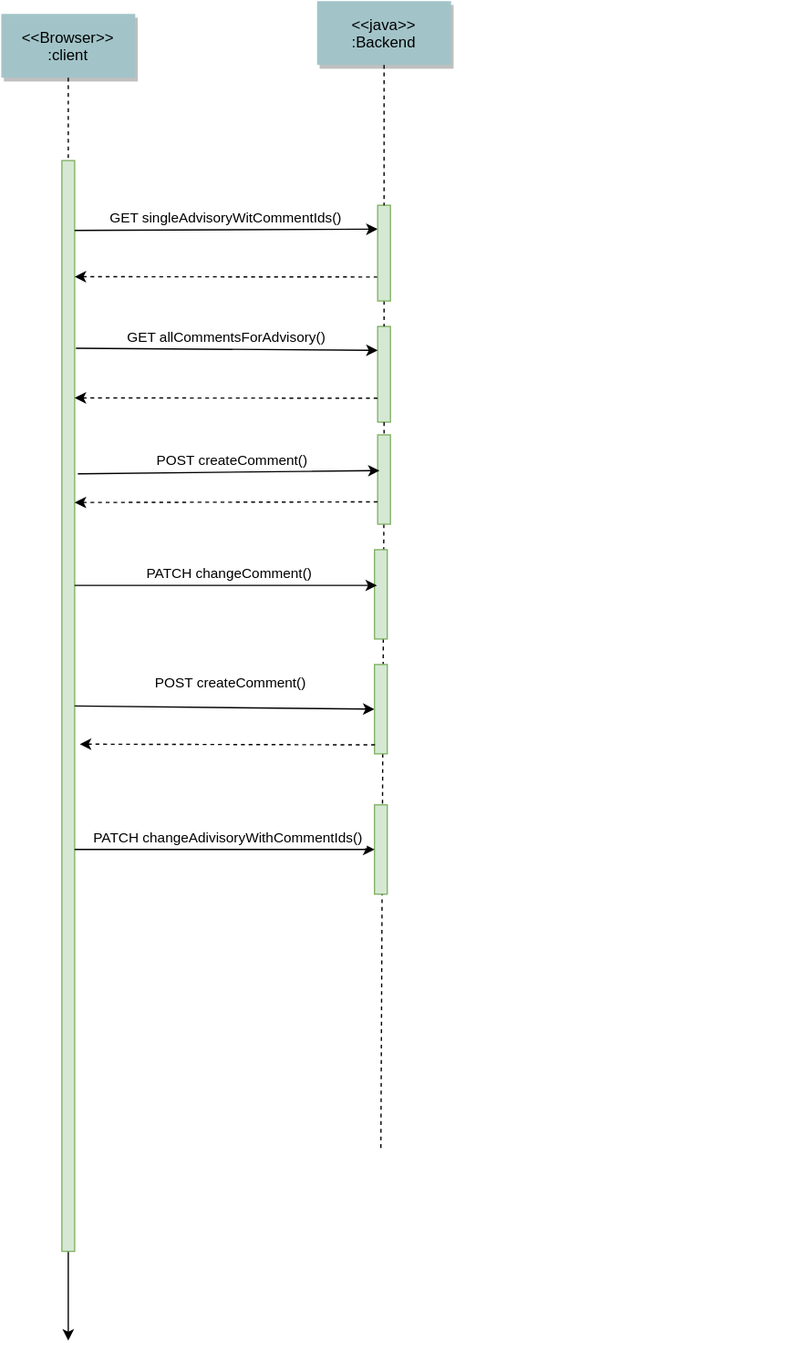
The draw.io diagram documents/WorkflowComments.drawio.svg in secvisogram/csaf-cms-backend, before a commit. Source tidied: cells renumbered, new cells last; positions are measured from the earlier drawing's top-left corner, leaving out a move shared by most shapes.
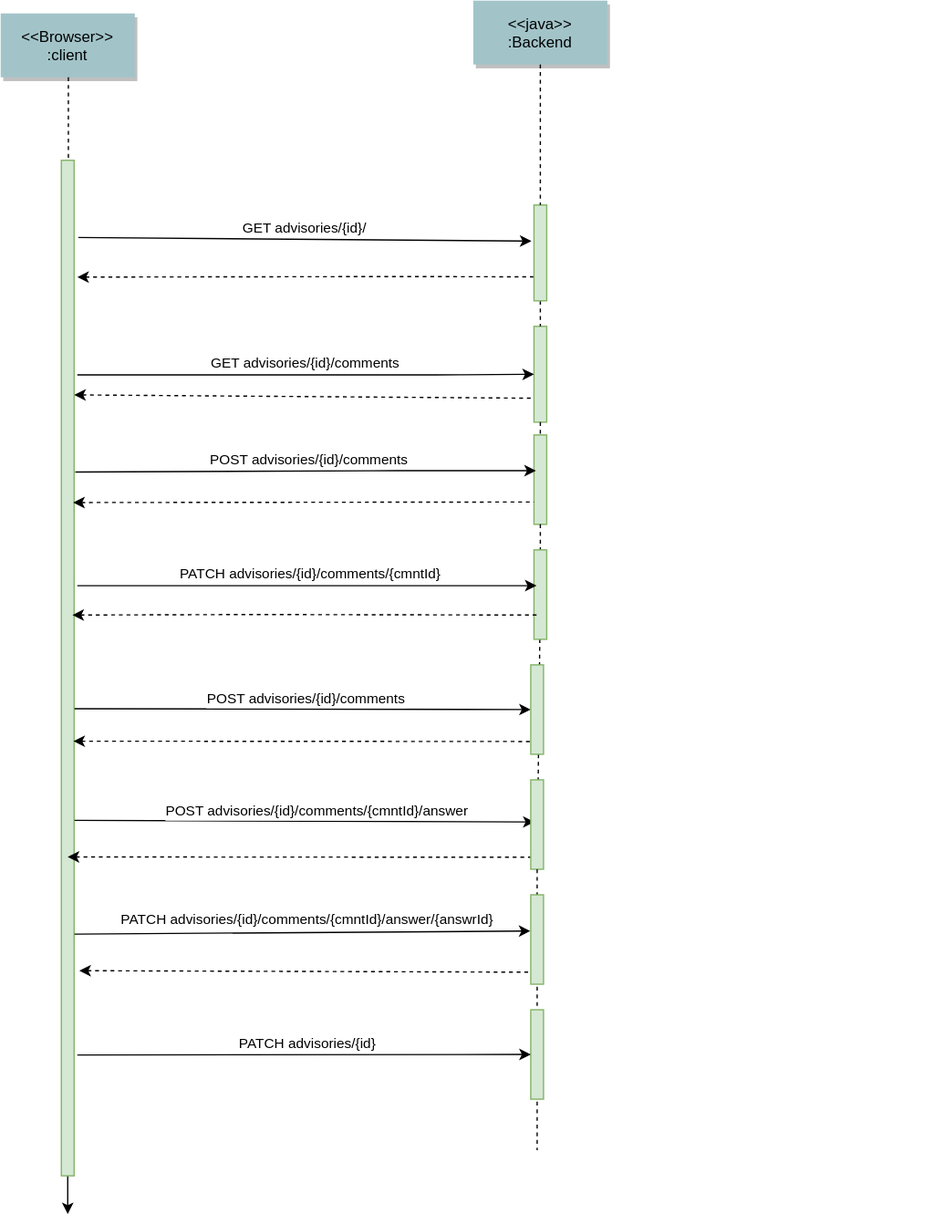
After the commit.

Commit message:
doc(architecture):  enter review remarks from Jens Cordt

Diff of the diagram source:
```diff
@@ -4,14 +4,14 @@
     <mxCell id="1" parent="0" />
     <mxCell id="2" style="edgeStyle=orthogonalEdgeStyle;rounded=0;jettySize=auto;html=1;" parent="1" edge="1" source="3">
       <mxGeometry relative="1" as="geometry">
-        <mxPoint x="53" y="1050" as="targetPoint" />
+        <mxPoint x="-69.5" y="950" as="targetPoint" />
       </mxGeometry>
     </mxCell>
     <mxCell id="3" style="fillColor=#d5e8d4;strokeColor=#82b366;" parent="1" vertex="1">
-      <mxGeometry x="48" y="125" width="10" height="855" as="geometry" />
+      <mxGeometry x="-74.5" y="125" width="10" height="795" as="geometry" />
     </mxCell>
     <mxCell id="4" value="&lt;&lt;Browser&gt;&gt;&#10;:client" style="shadow=1;fillColor=#A2C4C9;strokeColor=none;" parent="1" vertex="1">
-      <mxGeometry x="0.5" y="10" width="105" height="50" as="geometry" />
+      <mxGeometry x="-122" y="10" width="105" height="50" as="geometry" />
     </mxCell>
     <mxCell id="5" style="fillColor=#d5e8d4;strokeColor=#82b366;" parent="1" vertex="1">
       <mxGeometry x="295.5" y="255" width="10" height="75" as="geometry" />
@@ -22,19 +22,23 @@
     <mxCell id="7" style="edgeStyle=none;endArrow=none;dashed=1;startArrow=none;" parent="1" edge="1" source="25" target="5">
       <mxGeometry x="337.3" y="165" as="geometry" />
     </mxCell>
-    <mxCell id="8" value="GET allCommentsForAdvisory()" style="edgeStyle=none;verticalLabelPosition=top;verticalAlign=bottom;entryX=0;entryY=0.25;entryDx=0;entryDy=0;exitX=1.1;exitY=0.172;exitDx=0;exitDy=0;exitPerimeter=0;" parent="1" edge="1" source="3" target="5">
-      <mxGeometry x="220" y="92" as="geometry" />
+    <mxCell id="8" value="GET advisories/{id}/comments" style="edgeStyle=none;verticalLabelPosition=top;verticalAlign=bottom;entryX=0;entryY=0.5;entryDx=0;entryDy=0;" parent="1" edge="1" target="5">
+      <mxGeometry x="220" y="92" as="geometry">
+        <mxPoint x="-62" y="293" as="sourcePoint" />
+        <Array as="points">
+          <mxPoint x="228" y="293" />
+        </Array>
+      </mxGeometry>
     </mxCell>
-    <mxCell id="9" style="edgeStyle=none;verticalLabelPosition=top;verticalAlign=bottom;endArrow=none;startArrow=classic;dashed=1;entryX=0;entryY=0.75;entryDx=0;entryDy=0;" parent="1" edge="1" target="5">
-      <mxGeometry x="220" y="147.5" as="geometry">
-        <mxPoint x="58" y="311" as="sourcePoint" />
-      </mxGeometry>
+    <mxCell id="9" style="edgeStyle=none;verticalLabelPosition=top;verticalAlign=bottom;endArrow=none;startArrow=classic;dashed=1;entryX=0;entryY=0.75;entryDx=0;entryDy=0;exitX=1.01;exitY=0.231;exitDx=0;exitDy=0;exitPerimeter=0;" parent="1" edge="1" source="3" target="5">
+      <mxGeometry x="220" y="147.5" as="geometry" />
     </mxCell>
     <mxCell id="10" style="edgeStyle=elbowEdgeStyle;elbow=horizontal;endArrow=none;dashed=1;" parent="1" edge="1" source="4" target="3">
-      <mxGeometry x="230" y="310" as="geometry" />
+      <mxGeometry x="107.5" y="310" as="geometry" />
     </mxCell>
-    <mxCell id="11" style="edgeStyle=none;endArrow=none;dashed=1;startArrow=none;entryX=0.5;entryY=1;entryDx=0;entryDy=0;" parent="1" edge="1" source="12">
+    <mxCell id="11" style="edgeStyle=none;endArrow=none;dashed=1;startArrow=none;entryX=0.5;entryY=1;entryDx=0;entryDy=0;" parent="1" edge="1">
       <mxGeometry x="441.6" y="339.7" as="geometry">
+        <mxPoint x="298" y="760" as="sourcePoint" />
         <mxPoint x="298" y="900" as="targetPoint" />
       </mxGeometry>
     </mxCell>
@@ -44,50 +48,38 @@
     <mxCell id="13" style="edgeStyle=none;endArrow=none;dashed=1;" parent="1" edge="1" source="5" target="12">
       <mxGeometry x="441.6" y="339.7" as="geometry" />
     </mxCell>
-    <mxCell id="14" value="POST createComment()" style="edgeStyle=none;verticalLabelPosition=top;verticalAlign=bottom;entryX=0.15;entryY=0.4;entryDx=0;entryDy=0;entryPerimeter=0;" parent="1" edge="1" target="12">
+    <mxCell id="14" value="POST advisories/{id}/comments" style="edgeStyle=none;verticalLabelPosition=top;verticalAlign=bottom;entryX=0.15;entryY=0.4;entryDx=0;entryDy=0;entryPerimeter=0;exitX=1.09;exitY=0.307;exitDx=0;exitDy=0;exitPerimeter=0;" parent="1" edge="1" source="3" target="12">
       <mxGeometry as="geometry">
-        <mxPoint x="60.5" y="370.5" as="sourcePoint" />
+        <Array as="points">
+          <mxPoint x="178" y="368" />
+        </Array>
         <mxPoint x="3" as="offset" />
       </mxGeometry>
     </mxCell>
-    <mxCell id="15" style="group;" parent="1" vertex="1">
-      <mxGeometry x="58" y="430" width="557.5" height="70" as="geometry" />
-    </mxCell>
-    <mxCell id="16" style="fillColor=#d5e8d4;strokeColor=#82b366;" parent="15" vertex="1">
-      <mxGeometry x="235" width="10" height="70" as="geometry" />
-    </mxCell>
-    <mxCell id="17" value="PATCH changeComment()" style="edgeStyle=none;verticalLabelPosition=top;verticalAlign=bottom;entryX=0.2;entryY=0.4;entryDx=0;entryDy=0;entryPerimeter=0;" parent="15" edge="1" target="16">
-      <mxGeometry x="-172.5" y="-260" as="geometry">
-        <mxPoint y="28" as="sourcePoint" />
-        <mxPoint x="3" as="offset" />
-      </mxGeometry>
-    </mxCell>
     <mxCell id="18" style="group;" parent="1" vertex="1">
-      <mxGeometry x="58" y="630" width="557.5" height="70" as="geometry" />
+      <mxGeometry x="58" y="790" width="557.5" height="70" as="geometry" />
     </mxCell>
     <mxCell id="19" style="fillColor=#d5e8d4;strokeColor=#82b366;" parent="18" vertex="1">
       <mxGeometry x="235" width="10" height="70" as="geometry" />
     </mxCell>
-    <mxCell id="20" value="POST createComment()" style="edgeStyle=none;verticalLabelPosition=top;verticalAlign=bottom;fontStyle=0;entryX=0;entryY=0.5;entryDx=0;entryDy=0;exitX=1;exitY=0.5;exitDx=0;exitDy=0;" parent="1" edge="1" source="3" target="22">
+    <mxCell id="20" value="POST advisories/{id}/comments" style="edgeStyle=none;verticalLabelPosition=top;verticalAlign=bottom;fontStyle=0;entryX=0;entryY=0.5;entryDx=0;entryDy=0;exitX=1.035;exitY=0.54;exitDx=0;exitDy=0;exitPerimeter=0;" parent="1" edge="1" source="3" target="22">
       <mxGeometry as="geometry">
-        <mxPoint x="5" y="-10" as="offset" />
+        <mxPoint x="3" y="1" as="offset" />
       </mxGeometry>
     </mxCell>
-    <mxCell id="21" value="PATCH changeAdivisoryWithCommentIds()" style="edgeStyle=none;verticalLabelPosition=top;verticalAlign=bottom;entryX=0;entryY=0.5;entryDx=0;entryDy=0;" parent="1" edge="1" target="19">
+    <mxCell id="21" value="PATCH advisories/{id}" style="edgeStyle=none;verticalLabelPosition=top;verticalAlign=bottom;entryX=0;entryY=0.5;entryDx=0;entryDy=0;exitX=1.25;exitY=0.881;exitDx=0;exitDy=0;exitPerimeter=0;" parent="1" edge="1" source="3" target="19">
       <mxGeometry x="7.5" y="290" as="geometry">
-        <mxPoint x="58" y="665" as="sourcePoint" />
         <mxPoint x="3" as="offset" />
       </mxGeometry>
     </mxCell>
-    <mxCell id="22" style="fillColor=#d5e8d4;strokeColor=#82b366;" parent="1" vertex="1">
-      <mxGeometry x="293" y="520" width="10" height="70" as="geometry" />
-    </mxCell>
-    <mxCell id="23" value="GET singleAdvisoryWitCommentIds()" style="edgeStyle=none;verticalLabelPosition=top;verticalAlign=bottom;entryX=0;entryY=0.25;entryDx=0;entryDy=0;exitX=1;exitY=0.064;exitDx=0;exitDy=0;exitPerimeter=0;" parent="1" edge="1" source="3" target="25">
+    <mxCell id="23" value="GET advisories/{id}/" style="edgeStyle=none;verticalLabelPosition=top;verticalAlign=bottom;entryX=-0.198;entryY=0.377;entryDx=0;entryDy=0;entryPerimeter=0;exitX=1.33;exitY=0.076;exitDx=0;exitDy=0;exitPerimeter=0;" parent="1" edge="1" source="3" target="25">
       <mxGeometry x="222.5" y="22.5" as="geometry" />
     </mxCell>
-    <mxCell id="24" style="edgeStyle=none;verticalLabelPosition=top;verticalAlign=bottom;endArrow=none;startArrow=classic;dashed=1;entryX=0;entryY=0.75;entryDx=0;entryDy=0;" parent="1" edge="1" target="25">
+    <mxCell id="24" style="edgeStyle=none;verticalLabelPosition=top;verticalAlign=bottom;endArrow=none;startArrow=classic;dashed=1;entryX=0;entryY=0.75;entryDx=0;entryDy=0;exitX=1.25;exitY=0.115;exitDx=0;exitDy=0;exitPerimeter=0;" parent="1" edge="1" source="3" target="25">
       <mxGeometry x="220" y="52.5" as="geometry">
-        <mxPoint x="58" y="216" as="sourcePoint" />
+        <Array as="points">
+          <mxPoint x="198" y="216" />
+        </Array>
       </mxGeometry>
     </mxCell>
     <mxCell id="25" style="fillColor=#d5e8d4;strokeColor=#82b366;" parent="1" vertex="1">
@@ -96,13 +88,81 @@
     <mxCell id="26" style="edgeStyle=none;endArrow=none;dashed=1;" parent="1" edge="1" source="6" target="25">
       <mxGeometry x="337.3" y="165" as="geometry" />
     </mxCell>
-    <mxCell id="27" style="edgeStyle=none;verticalLabelPosition=top;verticalAlign=bottom;endArrow=none;startArrow=classic;dashed=1;entryX=0;entryY=0.75;entryDx=0;entryDy=0;" parent="1" edge="1" target="12">
-      <mxGeometry x="222.5" y="232.5" as="geometry">
-        <mxPoint x="58" y="393" as="sourcePoint" />
-      </mxGeometry>
+    <mxCell id="27" style="edgeStyle=none;verticalLabelPosition=top;verticalAlign=bottom;endArrow=none;startArrow=classic;dashed=1;entryX=0;entryY=0.75;entryDx=0;entryDy=0;exitX=0.93;exitY=0.337;exitDx=0;exitDy=0;exitPerimeter=0;" parent="1" edge="1" source="3" target="12">
+      <mxGeometry x="222.5" y="232.5" as="geometry" />
     </mxCell>
-    <mxCell id="28" style="edgeStyle=none;verticalLabelPosition=top;verticalAlign=bottom;endArrow=none;startArrow=classic;dashed=1;entryX=0.2;entryY=0.9;entryDx=0;entryDy=0;entryPerimeter=0;exitX=1.4;exitY=0.535;exitDx=0;exitDy=0;exitPerimeter=0;" parent="1" edge="1" source="3" target="22">
-      <mxGeometry x="222.5" y="420" as="geometry" />
+    <mxCell id="28" style="edgeStyle=none;verticalLabelPosition=top;verticalAlign=bottom;endArrow=none;startArrow=classic;dashed=1;exitX=0.941;exitY=0.572;exitDx=0;exitDy=0;exitPerimeter=0;" parent="1" edge="1" source="3">
+      <mxGeometry x="222.5" y="420" as="geometry">
+        <mxPoint x="298" y="580" as="targetPoint" />
+      </mxGeometry>
     </mxCell>
+    <mxCell id="29" style="edgeStyle=none;endArrow=none;dashed=1;startArrow=none;entryX=0.5;entryY=1;entryDx=0;entryDy=0;" parent="1" edge="1" source="16" target="33">
+      <mxGeometry x="441.6" y="339.7" as="geometry" />
+    </mxCell>
+    <mxCell id="30" value="POST advisories/{id}/comments/{cmntId}/answer" style="edgeStyle=none;verticalLabelPosition=top;verticalAlign=bottom;fontStyle=0;exitX=1.03;exitY=0.65;exitDx=0;exitDy=0;exitPerimeter=0;" parent="1" edge="1" source="3">
+      <mxGeometry as="geometry">
+        <mxPoint x="296" y="643" as="targetPoint" />
+        <mxPoint x="10" y="1" as="offset" />
+      </mxGeometry>
+    </mxCell>
+    <mxCell id="31" style="edgeStyle=none;verticalLabelPosition=top;verticalAlign=bottom;endArrow=none;startArrow=classic;dashed=1;entryX=0.2;entryY=0.9;entryDx=0;entryDy=0;entryPerimeter=0;exitX=0.5;exitY=0.686;exitDx=0;exitDy=0;exitPerimeter=0;" parent="1" edge="1" source="3">
+      <mxGeometry x="223" y="507.6" as="geometry">
+        <mxPoint x="295.5" y="670.6" as="targetPoint" />
+      </mxGeometry>
+    </mxCell>
+    <mxCell id="32" style="edgeStyle=none;endArrow=none;dashed=1;startArrow=none;entryX=0.5;entryY=1;entryDx=0;entryDy=0;" parent="1" edge="1" source="37">
+      <mxGeometry x="441.6" y="339.7" as="geometry">
+        <mxPoint x="298" y="760" as="targetPoint" />
+      </mxGeometry>
+    </mxCell>
+    <mxCell id="33" style="fillColor=#d5e8d4;strokeColor=#82b366;" parent="1" vertex="1">
+      <mxGeometry x="293" y="610" width="10" height="70" as="geometry" />
+    </mxCell>
+    <mxCell id="22" style="fillColor=#d5e8d4;strokeColor=#82b366;" parent="1" vertex="1">
+      <mxGeometry x="293" y="520" width="10" height="70" as="geometry" />
+    </mxCell>
+    <mxCell id="34" style="edgeStyle=none;endArrow=none;dashed=1;startArrow=none;entryX=0.5;entryY=1;entryDx=0;entryDy=0;" parent="1" edge="1" source="12" target="16">
+      <mxGeometry x="441.6" y="339.7" as="geometry" />
+    </mxCell>
+    <mxCell id="16" style="fillColor=#d5e8d4;strokeColor=#82b366;" parent="1" vertex="1">
+      <mxGeometry x="295.5" y="430" width="10" height="70" as="geometry" />
+    </mxCell>
+    <mxCell id="35" value="PATCH advisories/{id}/comments/{cmntId}/answer/{answrId}" style="edgeStyle=none;verticalLabelPosition=top;verticalAlign=bottom;fontStyle=0;entryX=-0.029;entryY=0.405;entryDx=0;entryDy=0;exitX=1.035;exitY=0.762;exitDx=0;exitDy=0;entryPerimeter=0;exitPerimeter=0;" parent="1" edge="1" source="3" target="37">
+      <mxGeometry as="geometry">
+        <mxPoint x="4" y="-1" as="offset" />
+      </mxGeometry>
+    </mxCell>
+    <mxCell id="36" style="edgeStyle=none;endArrow=none;dashed=1;startArrow=none;entryX=0.5;entryY=1;entryDx=0;entryDy=0;" parent="1" edge="1" source="33" target="37">
+      <mxGeometry x="441.6" y="339.7" as="geometry" />
+    </mxCell>
+    <mxCell id="37" style="fillColor=#d5e8d4;strokeColor=#82b366;" parent="1" vertex="1">
+      <mxGeometry x="293" y="700" width="10" height="70" as="geometry" />
+    </mxCell>
+    <mxCell id="38" style="edgeStyle=none;verticalLabelPosition=top;verticalAlign=bottom;endArrow=none;startArrow=classic;dashed=1;entryX=0.2;entryY=0.9;entryDx=0;entryDy=0;entryPerimeter=0;exitX=1.41;exitY=0.798;exitDx=0;exitDy=0;exitPerimeter=0;" parent="1" edge="1" source="3">
+      <mxGeometry x="218.5" y="597.6" as="geometry">
+        <mxPoint x="291" y="760.6" as="targetPoint" />
+      </mxGeometry>
+    </mxCell>
+    <mxCell id="39" style="edgeStyle=orthogonalEdgeStyle;rounded=0;orthogonalLoop=1;jettySize=auto;html=1;exitX=0.5;exitY=1;exitDx=0;exitDy=0;" parent="1" edge="1" source="3" target="3">
+      <mxGeometry relative="1" as="geometry" />
+    </mxCell>
+    <mxCell id="40" style="edgeStyle=orthogonalEdgeStyle;rounded=0;orthogonalLoop=1;jettySize=auto;html=1;exitX=0.5;exitY=1;exitDx=0;exitDy=0;" parent="1" edge="1" source="3" target="3">
+      <mxGeometry relative="1" as="geometry" />
+    </mxCell>
+    <mxCell id="17" value="PATCH advisories/{id}/comments/{cmntId}" style="edgeStyle=none;verticalLabelPosition=top;verticalAlign=bottom;entryX=0.2;entryY=0.4;entryDx=0;entryDy=0;entryPerimeter=0;" parent="1" edge="1" target="16">
+      <mxGeometry x="-172.7" y="90" as="geometry">
+        <mxPoint x="-62" y="458" as="sourcePoint" />
+        <mxPoint x="3" as="offset" />
+      </mxGeometry>
+    </mxCell>
+    <mxCell id="41" style="edgeStyle=none;verticalLabelPosition=top;verticalAlign=bottom;endArrow=none;startArrow=classic;dashed=1;" parent="1" edge="1">
+      <mxGeometry x="105.4" y="317.6" as="geometry">
+        <mxPoint x="-65.8" y="481" as="sourcePoint" />
+        <mxPoint x="298" y="481" as="targetPoint" />
+        <Array as="points">
+          <mxPoint x="76.6" y="480.6" />
+        </Array>
+      </mxGeometry>
+    </mxCell>
   </root>
 </mxGraphModel>
```
